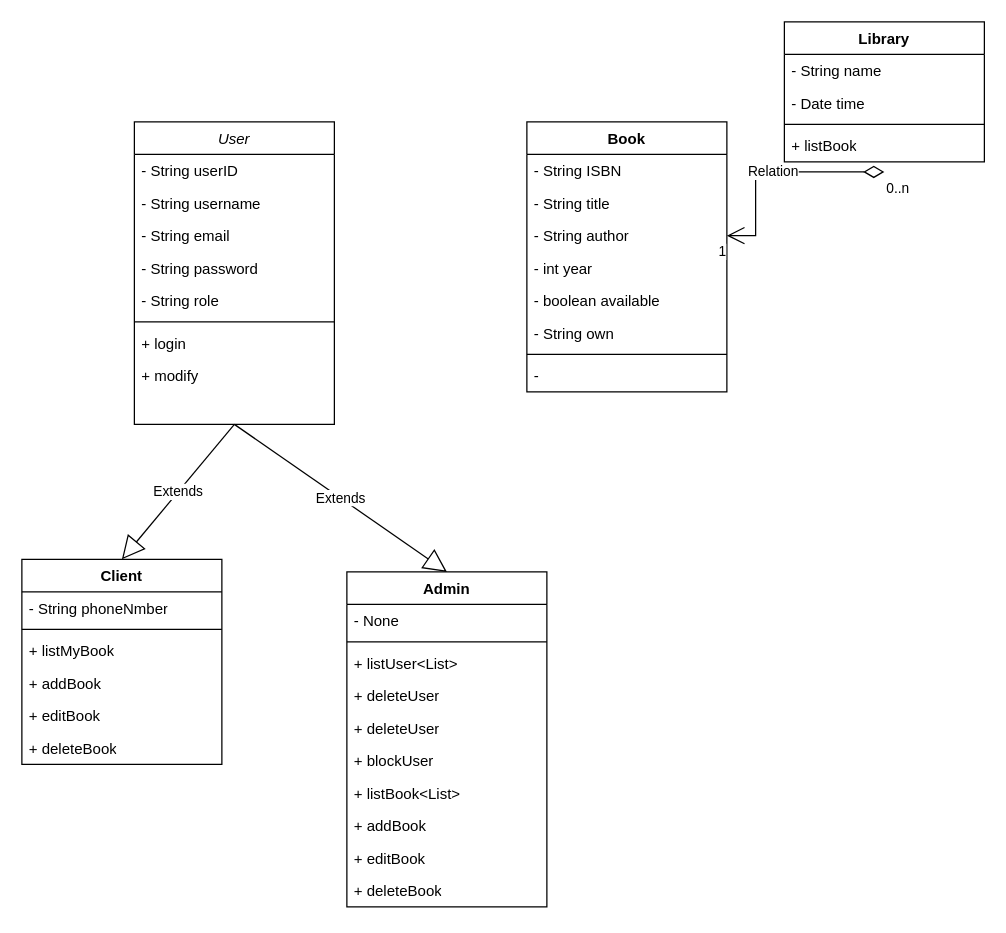
This is Library.drawio from Drym96/Library-Project-28-08-2023, a draw.io file, before an edit. Source tidied: cells renumbered, new cells numbered last; positions are measured from the earlier drawing's top-left corner, leaving out a move shared by most shapes. Both pictures are drawn from the tidied source at 125%, with x=0, y=0 at pixel (21, 21).
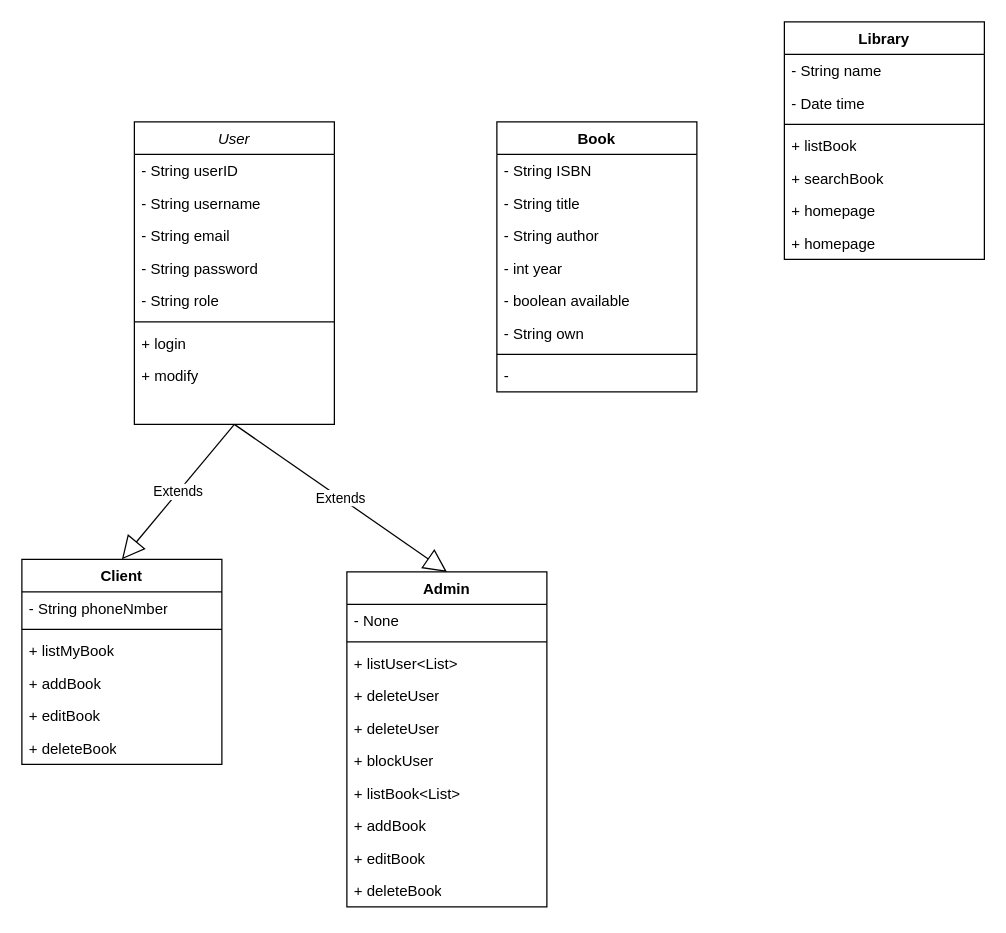
Above is the later version.

Unchanged cells that the change refers to:
```xml
<mxCell id="14" value="- String author&lt;br&gt;&amp;nbsp;" style="text;strokeColor=none;fillColor=none;align=left;verticalAlign=top;spacingLeft=4;spacingRight=4;overflow=hidden;points=[[0,0.5],[1,0.5]];portConstraint=eastwest;whiteSpace=wrap;html=1;" parent="11" vertex="1">
  <mxGeometry y="78" width="160" height="26" as="geometry" />
</mxCell>
<mxCell id="24" value="+ listBook" style="text;strokeColor=none;fillColor=none;align=left;verticalAlign=top;spacingLeft=4;spacingRight=4;overflow=hidden;points=[[0,0.5],[1,0.5]];portConstraint=eastwest;whiteSpace=wrap;html=1;" parent="20" vertex="1">
  <mxGeometry y="86" width="160" height="26" as="geometry" />
</mxCell>
```

Diff of the diagram source:
```diff
@@
     <mxCell id="11" value="Book" style="swimlane;fontStyle=1;align=center;verticalAlign=top;horizontal=1;startSize=26;whiteSpace=wrap;html=1;" parent="1" vertex="1">
-      <mxGeometry x="404" y="80" width="160" height="216" as="geometry" />
+      <mxGeometry x="380" y="80" width="160" height="216" as="geometry" />
     </mxCell>
@@
     <mxCell id="20" value="Library" style="swimlane;fontStyle=1;align=center;verticalAlign=top;horizontal=1;startSize=26;whiteSpace=wrap;html=1;" parent="1" vertex="1">
-      <mxGeometry x="610" width="160" height="112" as="geometry" />
+      <mxGeometry x="610" width="160" height="190" as="geometry" />
     </mxCell>
@@
+    <mxCell id="48" value="+ searchBook" style="text;strokeColor=none;fillColor=none;align=left;verticalAlign=top;spacingLeft=4;spacingRight=4;overflow=hidden;whiteSpace=wrap;html=1;" parent="20" vertex="1">
+      <mxGeometry y="112" width="160" height="26" as="geometry" />
+    </mxCell>
+    <mxCell id="49" value="+ homepage" style="text;strokeColor=none;fillColor=none;align=left;verticalAlign=top;spacingLeft=4;spacingRight=4;overflow=hidden;whiteSpace=wrap;html=1;" parent="20" vertex="1">
+      <mxGeometry y="138" width="160" height="26" as="geometry" />
+    </mxCell>
+    <mxCell id="50" value="+ homepage" style="text;strokeColor=none;fillColor=none;align=left;verticalAlign=top;spacingLeft=4;spacingRight=4;overflow=hidden;whiteSpace=wrap;html=1;" parent="20" vertex="1">
+      <mxGeometry y="164" width="160" height="26" as="geometry" />
+    </mxCell>
@@
-    <mxCell id="45" value="Relation" style="endArrow=open;html=1;endSize=12;startArrow=diamondThin;startSize=14;startFill=0;edgeStyle=orthogonalEdgeStyle;rounded=0;entryX=1;entryY=0.5;entryDx=0;entryDy=0;exitX=0.5;exitY=1.308;exitDx=0;exitDy=0;exitPerimeter=0;" parent="1" edge="1" source="24" target="14">
-      <mxGeometry relative="1" as="geometry" />
-    </mxCell>
-    <mxCell id="46" value="0..n" style="edgeLabel;html=1;align=left;verticalAlign=top;" parent="45" vertex="1">
-      <mxGeometry x="-1" relative="1" as="geometry" />
-    </mxCell>
-    <mxCell id="47" value="1" style="edgeLabel;html=1;align=right;verticalAlign=top;" parent="45" vertex="1">
-      <mxGeometry x="1" relative="1" as="geometry" />
-    </mxCell>
```
